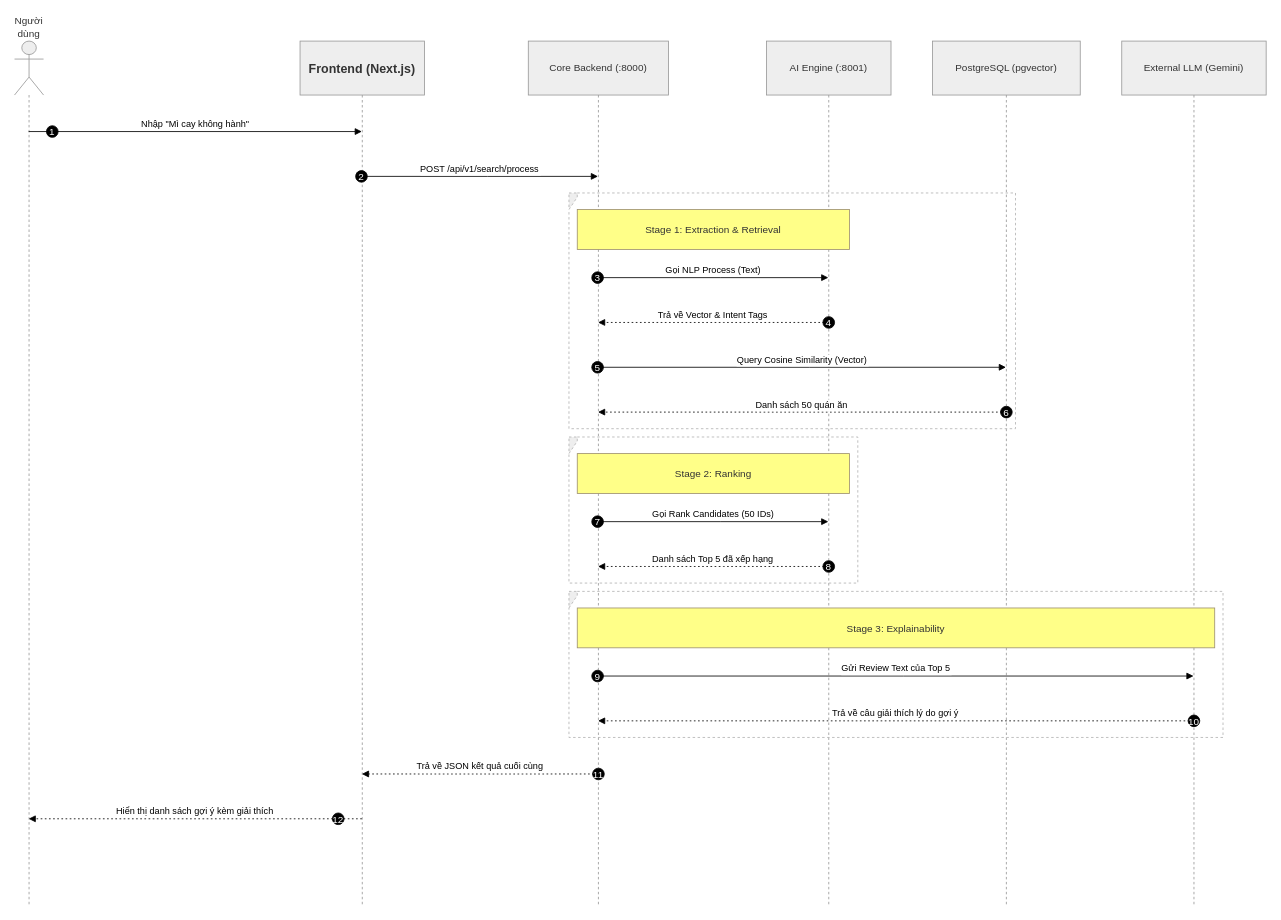
Before: page "Trang-2" (2 of 2) of docs/Sequence/happy_path.drawio in NguyenDuyHao-cheems/Smart_Travel_System_Food_Recommend, a draw.io diagram. Source tidied: cells renumbered, new cells numbered last; positions are measured from the earlier drawing's top-left corner, leaving out a move shared by most shapes. Both pictures are drawn from the tidied source at 83%, with x=0, y=0 at pixel (14, 41).
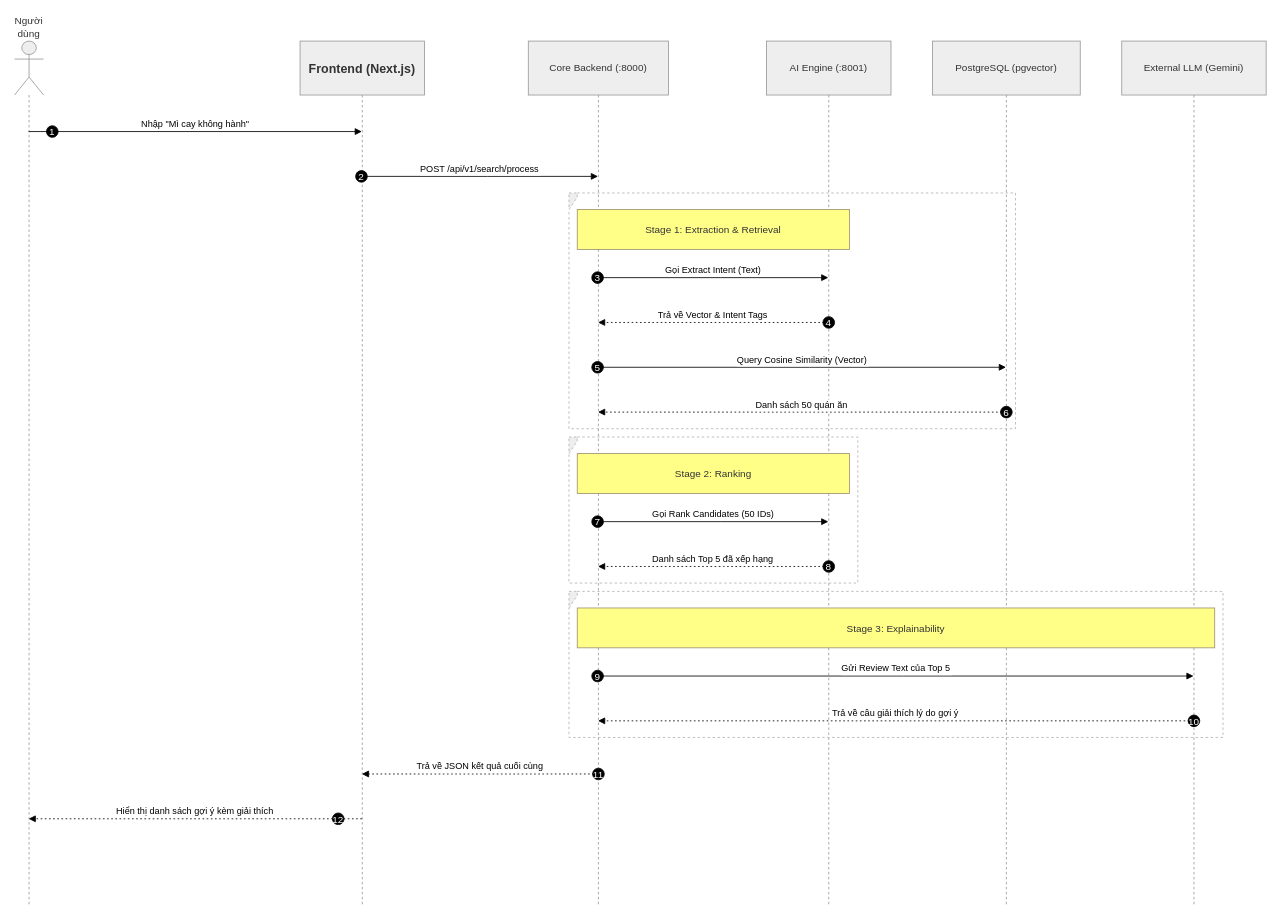
The same diagram, later.

Commit message (it also covers changes not shown here):
docs: xoá api process và cập nhật tên các trường

The change refers to these unchanged cells:
```xml
<mxCell id="4" value="Core Backend (:8000)" style="shape=umlLifeline;perimeter=lifelinePerimeter;whiteSpace=wrap;outlineConnect=0;portConstraint=eastwest;newEdgeStyle={&quot;edgeStyle&quot;:&quot;elbowEdgeStyle&quot;,&quot;elbow&quot;:&quot;vertical&quot;,&quot;curved&quot;:0,&quot;rounded&quot;:0};size=65;fillColor=light-dark(#eeeeee,#1f2020);strokeColor=light-dark(#999999,#cccccc);fontColor=light-dark(#333333,#cccccc);" parent="1" vertex="1">
  <mxGeometry x="619" width="169" height="1042" as="geometry" />
</mxCell>
<mxCell id="5" value="AI Engine (:8001)" style="shape=umlLifeline;perimeter=lifelinePerimeter;whiteSpace=wrap;outlineConnect=0;portConstraint=eastwest;newEdgeStyle={&quot;edgeStyle&quot;:&quot;elbowEdgeStyle&quot;,&quot;elbow&quot;:&quot;vertical&quot;,&quot;curved&quot;:0,&quot;rounded&quot;:0};size=65;fillColor=light-dark(#eeeeee,#1f2020);strokeColor=light-dark(#999999,#cccccc);fontColor=light-dark(#333333,#cccccc);" parent="1" vertex="1">
  <mxGeometry x="906" width="150" height="1042" as="geometry" />
</mxCell>
```

Diff of the diagram source:
```diff
@@
-    <mxCell id="18" value="Gọi NLP Process (Text)" style="verticalAlign=bottom;edgeStyle=elbowEdgeStyle;elbow=vertical;curved=0;rounded=0;endArrow=block;" parent="1" edge="1" source="4" target="5">
+    <mxCell id="18" value="Gọi Extract Intent (Text)" style="verticalAlign=bottom;edgeStyle=elbowEdgeStyle;elbow=vertical;curved=0;rounded=0;endArrow=block;" parent="1" edge="1" source="4" target="5">
       <mxGeometry relative="1" as="geometry">
         <Array as="points">
           <mxPoint x="851" y="285" />
         </Array>
       </mxGeometry>
     </mxCell>
```
